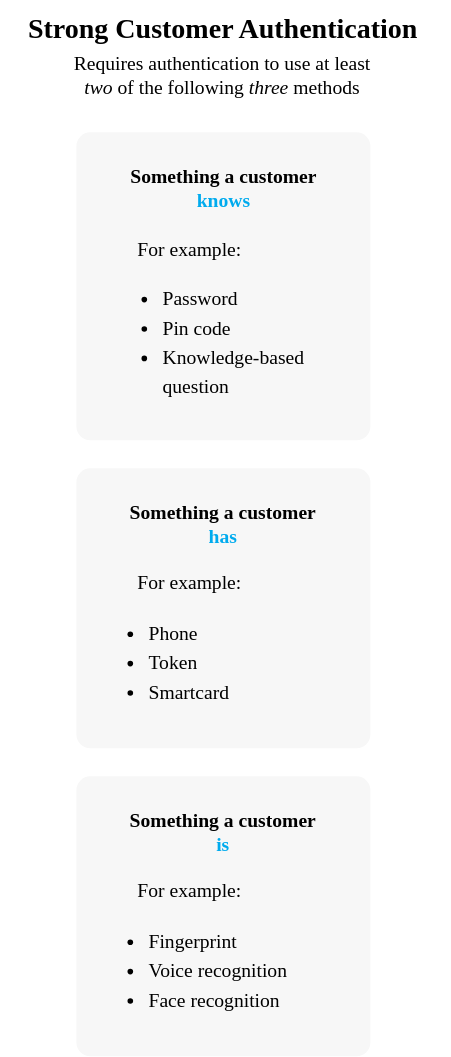
Before: static/diagrams/svg/SCA_mobile.svg, a diagram exported from draw.io (wendyverdonk93/docs). Source tidied: cells renumbered, new cells last; positions are measured from the earlier drawing's top-left corner, leaving out a move shared by most shapes.
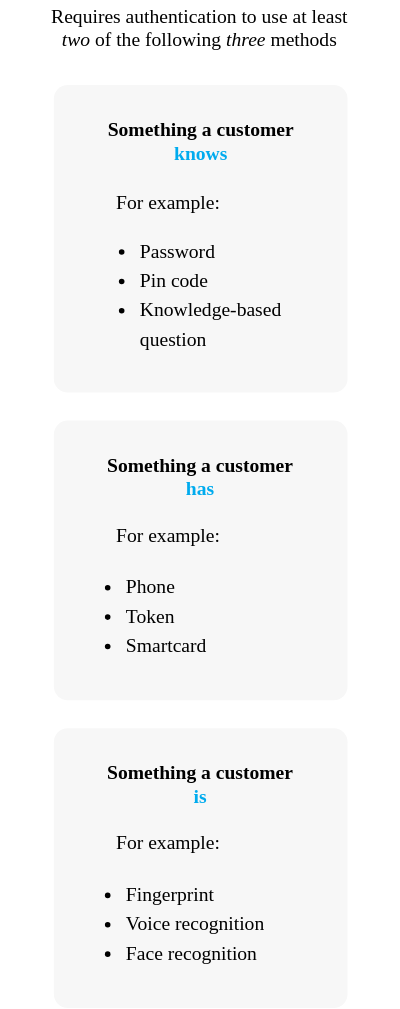
The same file after the commit.

What changed in the source:
```diff
@@ -2,47 +2,44 @@
   <root>
     <mxCell id="0" />
     <mxCell id="1" parent="0" />
-    <mxCell id="2" value="&lt;font style=&quot;font-size: 20px;&quot;&gt;&lt;b style=&quot;font-size: 20px;&quot;&gt;Strong Customer Authentication&lt;/b&gt;&lt;/font&gt;" style="text;html=1;strokeColor=none;fillColor=none;align=center;verticalAlign=middle;whiteSpace=wrap;rounded=0;fontFamily=Nunito;fontSource=https%3A%2F%2Ffonts.googleapis.com%2Fcss%3Ffamily%3DNunito;shadow=1;sketch=0;strokeWidth=8;fontSize=20;" parent="1" vertex="1">
-      <mxGeometry width="310" height="30" as="geometry" />
+    <mxCell id="2" value="Requires authentication to use at least &lt;br&gt;&lt;i style=&quot;font-size: 14px&quot;&gt;two&lt;/i&gt; of the following &lt;i style=&quot;font-size: 14px&quot;&gt;three&lt;/i&gt; methods" style="text;html=1;strokeColor=none;fillColor=none;align=center;verticalAlign=middle;whiteSpace=wrap;rounded=0;fontFamily=Nunito;fontSource=https%3A%2F%2Ffonts.googleapis.com%2Fcss%3Ffamily%3DNunito;fontSize=14;" parent="1" vertex="1">
+      <mxGeometry x="12" y="30" width="285" height="40" as="geometry" />
     </mxCell>
-    <mxCell id="3" value="Requires authentication to use at least &lt;br&gt;&lt;i style=&quot;font-size: 14px&quot;&gt;two&lt;/i&gt; of the following &lt;i style=&quot;font-size: 14px&quot;&gt;three&lt;/i&gt; methods" style="text;html=1;strokeColor=none;fillColor=none;align=center;verticalAlign=middle;whiteSpace=wrap;rounded=0;fontFamily=Nunito;fontSource=https%3A%2F%2Ffonts.googleapis.com%2Fcss%3Ffamily%3DNunito;fontSize=14;" parent="1" vertex="1">
-      <mxGeometry x="12" y="30" width="285" height="40" as="geometry" />
+    <mxCell id="3" style="rounded=1;whiteSpace=wrap;html=1;fontFamily=Nunito;fontColor=#FAFAFA;fillColor=#F7F7F7;shadow=0;sketch=0;strokeColor=none;fontSize=14;imageAspect=1;fontSource=https%3A%2F%2Ffonts.googleapis.com%2Fcss%3Ffamily%3DNunito;absoluteArcSize=1;" parent="1" vertex="1">
+      <mxGeometry x="50" y="90" width="210" height="220" as="geometry" />
     </mxCell>
-    <mxCell id="4" style="rounded=1;whiteSpace=wrap;html=1;fontFamily=Nunito;fontColor=#FAFAFA;fillColor=#F7F7F7;shadow=0;sketch=0;strokeColor=none;fontSize=14;imageAspect=1;fontSource=https%3A%2F%2Ffonts.googleapis.com%2Fcss%3Ffamily%3DNunito;absoluteArcSize=1;" parent="1" vertex="1">
-      <mxGeometry x="50" y="90" width="210" height="220" as="geometry" />
+    <mxCell id="4" value="&lt;b style=&quot;font-size: 14px&quot;&gt;Something a customer&lt;br&gt;&lt;font color=&quot;#00abee&quot; style=&quot;font-size: 14px&quot;&gt;knows&lt;/font&gt;&lt;/b&gt;" style="text;html=1;strokeColor=none;fillColor=none;align=center;verticalAlign=middle;whiteSpace=wrap;rounded=0;fontFamily=Nunito;fontSource=https%3A%2F%2Ffonts.googleapis.com%2Fcss%3Ffamily%3DNunito;fontSize=14;" parent="1" vertex="1">
+      <mxGeometry x="57.5" y="113" width="195" height="36" as="geometry" />
     </mxCell>
-    <mxCell id="5" value="&lt;b style=&quot;font-size: 14px&quot;&gt;Something a customer&lt;br&gt;&lt;font color=&quot;#00abee&quot; style=&quot;font-size: 14px&quot;&gt;knows&lt;/font&gt;&lt;/b&gt;" style="text;html=1;strokeColor=none;fillColor=none;align=center;verticalAlign=middle;whiteSpace=wrap;rounded=0;fontFamily=Nunito;fontSource=https%3A%2F%2Ffonts.googleapis.com%2Fcss%3Ffamily%3DNunito;fontSize=14;" parent="1" vertex="1">
-      <mxGeometry x="57.5" y="113" width="195" height="36" as="geometry" />
+    <mxCell id="5" style="rounded=1;whiteSpace=wrap;html=1;fontFamily=Nunito;fontColor=#FAFAFA;fillColor=#F7F7F7;strokeColor=none;fontSize=14;imageAspect=1;fontSource=https%3A%2F%2Ffonts.googleapis.com%2Fcss%3Ffamily%3DNunito;absoluteArcSize=1;" parent="1" vertex="1">
+      <mxGeometry x="50" y="330" width="210" height="200" as="geometry" />
     </mxCell>
-    <mxCell id="6" style="rounded=1;whiteSpace=wrap;html=1;fontFamily=Nunito;fontColor=#FAFAFA;fillColor=#F7F7F7;strokeColor=none;fontSize=14;imageAspect=1;fontSource=https%3A%2F%2Ffonts.googleapis.com%2Fcss%3Ffamily%3DNunito;absoluteArcSize=1;" parent="1" vertex="1">
-      <mxGeometry x="50" y="330" width="210" height="200" as="geometry" />
+    <mxCell id="6" value="&lt;b style=&quot;font-size: 14px&quot;&gt;Something a customer&lt;br&gt;&lt;font color=&quot;#00abee&quot; style=&quot;font-size: 14px&quot;&gt;has&lt;/font&gt;&lt;/b&gt;" style="text;html=1;strokeColor=none;fillColor=none;align=center;verticalAlign=middle;whiteSpace=wrap;rounded=0;fontFamily=Nunito;fontSource=https%3A%2F%2Ffonts.googleapis.com%2Fcss%3Ffamily%3DNunito;fontSize=14;" parent="1" vertex="1">
+      <mxGeometry x="65" y="353" width="180" height="36" as="geometry" />
     </mxCell>
-    <mxCell id="7" value="&lt;b style=&quot;font-size: 14px&quot;&gt;Something a customer&lt;br&gt;&lt;font color=&quot;#00abee&quot; style=&quot;font-size: 14px&quot;&gt;has&lt;/font&gt;&lt;/b&gt;" style="text;html=1;strokeColor=none;fillColor=none;align=center;verticalAlign=middle;whiteSpace=wrap;rounded=0;fontFamily=Nunito;fontSource=https%3A%2F%2Ffonts.googleapis.com%2Fcss%3Ffamily%3DNunito;fontSize=14;" parent="1" vertex="1">
-      <mxGeometry x="65" y="353" width="180" height="36" as="geometry" />
+    <mxCell id="7" style="rounded=1;whiteSpace=wrap;html=1;fontFamily=Nunito;fontColor=#FAFAFA;fillColor=#F7F7F7;strokeColor=none;fontSize=14;imageAspect=1;fontSource=https%3A%2F%2Ffonts.googleapis.com%2Fcss%3Ffamily%3DNunito;absoluteArcSize=1;" parent="1" vertex="1">
+      <mxGeometry x="50" y="550" width="210" height="200" as="geometry" />
     </mxCell>
-    <mxCell id="8" style="rounded=1;whiteSpace=wrap;html=1;fontFamily=Nunito;fontColor=#FAFAFA;fillColor=#F7F7F7;strokeColor=none;fontSize=14;imageAspect=1;fontSource=https%3A%2F%2Ffonts.googleapis.com%2Fcss%3Ffamily%3DNunito;absoluteArcSize=1;" parent="1" vertex="1">
-      <mxGeometry x="50" y="550" width="210" height="200" as="geometry" />
+    <mxCell id="8" value="&lt;b style=&quot;font-size: 14px&quot;&gt;Something a customer&lt;br&gt;&lt;font color=&quot;#00abee&quot; style=&quot;font-size: 14px&quot;&gt;is&lt;/font&gt;&lt;/b&gt;" style="text;html=1;strokeColor=none;fillColor=none;align=center;verticalAlign=middle;whiteSpace=wrap;rounded=0;fontFamily=Nunito;fontSource=https%3A%2F%2Ffonts.googleapis.com%2Fcss%3Ffamily%3DNunito;fontSize=14;" parent="1" vertex="1">
+      <mxGeometry x="70" y="573" width="170" height="36" as="geometry" />
     </mxCell>
-    <mxCell id="9" value="&lt;b style=&quot;font-size: 14px&quot;&gt;Something a customer&lt;br&gt;&lt;font color=&quot;#00abee&quot; style=&quot;font-size: 14px&quot;&gt;is&lt;/font&gt;&lt;/b&gt;" style="text;html=1;strokeColor=none;fillColor=none;align=center;verticalAlign=middle;whiteSpace=wrap;rounded=0;fontFamily=Nunito;fontSource=https%3A%2F%2Ffonts.googleapis.com%2Fcss%3Ffamily%3DNunito;fontSize=14;" parent="1" vertex="1">
-      <mxGeometry x="70" y="573" width="170" height="36" as="geometry" />
+    <mxCell id="9" value="For example:" style="text;html=1;strokeColor=none;fillColor=none;align=left;verticalAlign=middle;whiteSpace=wrap;rounded=0;fontFamily=Nunito;fontSource=https%3A%2F%2Ffonts.googleapis.com%2Fcss%3Ffamily%3DNunito;fontSize=14;" parent="1" vertex="1">
+      <mxGeometry x="92.5" y="162.5" width="125" height="25" as="geometry" />
     </mxCell>
     <mxCell id="10" value="For example:" style="text;html=1;strokeColor=none;fillColor=none;align=left;verticalAlign=middle;whiteSpace=wrap;rounded=0;fontFamily=Nunito;fontSource=https%3A%2F%2Ffonts.googleapis.com%2Fcss%3Ffamily%3DNunito;fontSize=14;" parent="1" vertex="1">
-      <mxGeometry x="92.5" y="162.5" width="125" height="25" as="geometry" />
+      <mxGeometry x="92.5" y="620" width="125" height="25" as="geometry" />
     </mxCell>
     <mxCell id="11" value="For example:" style="text;html=1;strokeColor=none;fillColor=none;align=left;verticalAlign=middle;whiteSpace=wrap;rounded=0;fontFamily=Nunito;fontSource=https%3A%2F%2Ffonts.googleapis.com%2Fcss%3Ffamily%3DNunito;fontSize=14;" parent="1" vertex="1">
-      <mxGeometry x="92.5" y="620" width="125" height="25" as="geometry" />
+      <mxGeometry x="92.5" y="400" width="125" height="25" as="geometry" />
     </mxCell>
-    <mxCell id="12" value="For example:" style="text;html=1;strokeColor=none;fillColor=none;align=left;verticalAlign=middle;whiteSpace=wrap;rounded=0;fontFamily=Nunito;fontSource=https%3A%2F%2Ffonts.googleapis.com%2Fcss%3Ffamily%3DNunito;fontSize=14;" parent="1" vertex="1">
-      <mxGeometry x="92.5" y="400" width="125" height="25" as="geometry" />
+    <mxCell id="12" value="&lt;ul style=&quot;line-height: 150%; font-size: 14px;&quot;&gt;&lt;li style=&quot;font-size: 14px;&quot;&gt;Phone&lt;/li&gt;&lt;li style=&quot;font-size: 14px;&quot;&gt;Token&lt;/li&gt;&lt;li style=&quot;font-size: 14px;&quot;&gt;Smartcard&lt;/li&gt;&lt;/ul&gt;" style="text;whiteSpace=wrap;html=1;fontFamily=Nunito;fontSource=https%3A%2F%2Ffonts.googleapis.com%2Fcss%3Ffamily%3DNunito;fontSize=14;" parent="1" vertex="1">
+      <mxGeometry x="60" y="417.5" width="160" height="92.5" as="geometry" />
     </mxCell>
-    <mxCell id="13" value="&lt;ul style=&quot;line-height: 150%; font-size: 14px;&quot;&gt;&lt;li style=&quot;font-size: 14px;&quot;&gt;Phone&lt;/li&gt;&lt;li style=&quot;font-size: 14px;&quot;&gt;Token&lt;/li&gt;&lt;li style=&quot;font-size: 14px;&quot;&gt;Smartcard&lt;/li&gt;&lt;/ul&gt;" style="text;whiteSpace=wrap;html=1;fontFamily=Nunito;fontSource=https%3A%2F%2Ffonts.googleapis.com%2Fcss%3Ffamily%3DNunito;fontSize=14;" parent="1" vertex="1">
-      <mxGeometry x="60" y="417.5" width="160" height="92.5" as="geometry" />
+    <mxCell id="13" value="&lt;ul style=&quot;line-height: 150%; font-size: 14px;&quot;&gt;&lt;li style=&quot;font-size: 14px;&quot;&gt;Password&lt;/li&gt;&lt;li style=&quot;font-size: 14px;&quot;&gt;Pin code&lt;/li&gt;&lt;li style=&quot;font-size: 14px;&quot;&gt;Knowledge-based question&lt;/li&gt;&lt;/ul&gt;" style="text;whiteSpace=wrap;html=1;fontFamily=Nunito;fontSource=https%3A%2F%2Ffonts.googleapis.com%2Fcss%3Ffamily%3DNunito;fontSize=14;" parent="1" vertex="1">
+      <mxGeometry x="70" y="177.5" width="170" height="112.5" as="geometry" />
     </mxCell>
-    <mxCell id="14" value="&lt;ul style=&quot;line-height: 150%; font-size: 14px;&quot;&gt;&lt;li style=&quot;font-size: 14px;&quot;&gt;Password&lt;/li&gt;&lt;li style=&quot;font-size: 14px;&quot;&gt;Pin code&lt;/li&gt;&lt;li style=&quot;font-size: 14px;&quot;&gt;Knowledge-based question&lt;/li&gt;&lt;/ul&gt;" style="text;whiteSpace=wrap;html=1;fontFamily=Nunito;fontSource=https%3A%2F%2Ffonts.googleapis.com%2Fcss%3Ffamily%3DNunito;fontSize=14;" parent="1" vertex="1">
-      <mxGeometry x="70" y="177.5" width="170" height="112.5" as="geometry" />
+    <mxCell id="14" value="&lt;ul style=&quot;line-height: 150%; font-size: 14px;&quot;&gt;&lt;li style=&quot;font-size: 14px;&quot;&gt;Fingerprint&lt;/li&gt;&lt;li style=&quot;font-size: 14px;&quot;&gt;Voice recognition&lt;/li&gt;&lt;li style=&quot;font-size: 14px;&quot;&gt;Face recognition&lt;/li&gt;&lt;/ul&gt;" style="text;whiteSpace=wrap;html=1;spacingTop=0;spacing=2;spacingBottom=0;fontFamily=Nunito;fontSource=https%3A%2F%2Ffonts.googleapis.com%2Fcss%3Ffamily%3DNunito;fontSize=14;" parent="1" vertex="1">
+      <mxGeometry x="60" y="637.5" width="170" height="92.5" as="geometry" />
     </mxCell>
-    <mxCell id="15" value="&lt;ul style=&quot;line-height: 150%; font-size: 14px;&quot;&gt;&lt;li style=&quot;font-size: 14px;&quot;&gt;Fingerprint&lt;/li&gt;&lt;li style=&quot;font-size: 14px;&quot;&gt;Voice recognition&lt;/li&gt;&lt;li style=&quot;font-size: 14px;&quot;&gt;Face recognition&lt;/li&gt;&lt;/ul&gt;" style="text;whiteSpace=wrap;html=1;spacingTop=0;spacing=2;spacingBottom=0;fontFamily=Nunito;fontSource=https%3A%2F%2Ffonts.googleapis.com%2Fcss%3Ffamily%3DNunito;fontSize=14;" parent="1" vertex="1">
-      <mxGeometry x="60" y="637.5" width="170" height="92.5" as="geometry" />
-    </mxCell>
   </root>
 </mxGraphModel>
```
